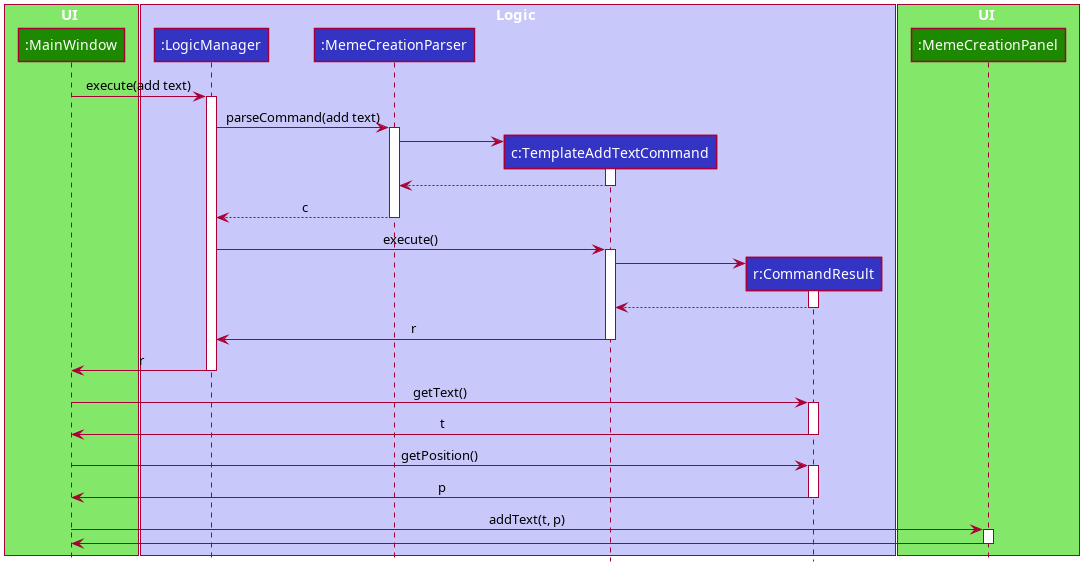
Earlier version of the PlantUML export docs/images/TemplateCommandResultSequenceDiagram.png (nus-cs2103-AY1920S1/addressbook-level3). Source of this version:
```plantuml
@startuml








skinparam BackgroundColor #FFFFFFF

skinparam Shadowing false

skinparam Class {
    FontColor #FFFFFF
    BorderThickness 1
    BorderColor #FFFFFF
    StereotypeFontColor #FFFFFF
    FontName Arial
}

skinparam Actor {
    BorderColor #000000
    Color #000000
    FontName Arial
}

skinparam Sequence {
    MessageAlign center
    BoxFontSize 15
    BoxPadding 0
    BoxFontColor #FFFFFF
    FontName Arial
}

skinparam Participant {
    FontColor #FFFFFFF
    Padding 20
}

skinparam MinClassWidth 50
skinparam ParticipantPadding 10
skinparam Shadowing false
skinparam DefaultTextAlignment center
skinparam packageStyle Rectangle

hide footbox
hide members
hide circle

box UI #83E769
participant ":MainWindow" as MainWindow #1D8900
end box

box Logic #C8C8FA
participant ":LogicManager" as LogicManager #3333C4
participant ":MemeCreationParser" as MemeCreationParser #3333C4
participant "c:TemplateAddTextCommand" as TemplateAddTextCommand #3333C4
participant "r:CommandResult" as CommandResult #3333C4
end box

box UI #83E769
participant ":MemeCreationPanel" as MemeCreationPanel #1D8900
end box

MainWindow -> LogicManager : execute(add text)
activate LogicManager

LogicManager -> MemeCreationParser : parseCommand(add text)
activate MemeCreationParser

create TemplateAddTextCommand
MemeCreationParser -> TemplateAddTextCommand
activate TemplateAddTextCommand

TemplateAddTextCommand --> MemeCreationParser
deactivate TemplateAddTextCommand

MemeCreationParser --> LogicManager : c
deactivate MemeCreationParser

LogicManager -> TemplateAddTextCommand : execute()
activate TemplateAddTextCommand

create CommandResult
TemplateAddTextCommand -> CommandResult
activate CommandResult
CommandResult ---> TemplateAddTextCommand
deactivate CommandResult
TemplateAddTextCommand -> LogicManager : r
deactivate TemplateAddTextCommand

LogicManager -> MainWindow : r
deactivate LogicManager

MainWindow -> CommandResult : getText()
activate CommandResult
CommandResult -> MainWindow : t
deactivate CommandResult

MainWindow -> CommandResult : getPosition()
activate CommandResult
CommandResult -> MainWindow : p
deactivate CommandResult

MainWindow -> MemeCreationPanel : addText(t, p)
activate MemeCreationPanel
MemeCreationPanel -> MainWindow
deactivate MemeCreationPanel

deactivate MainWindow
@enduml
```
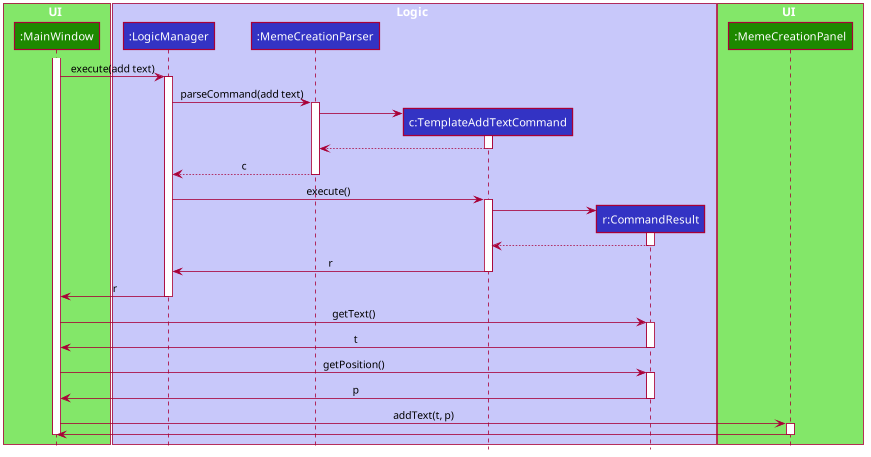
Above is the later version.

Diff of the diagram source:
```diff
@@ -63,6 +63,7 @@
 participant ":MemeCreationPanel" as MemeCreationPanel #1D8900
 end box
 
+activate MainWindow
 MainWindow -> LogicManager : execute(add text)
 activate LogicManager
 
```
